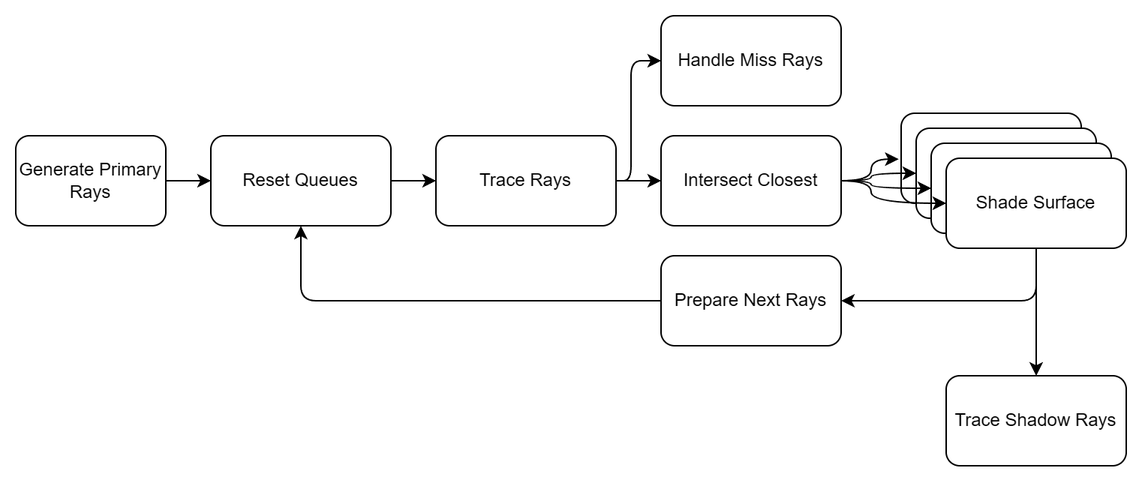
This is .github/diagram.drawio.png from Sopiro/cuwfrt, a draw.io export, as it was before one commit. Source tidied: cells renumbered, new cells last; positions are measured from the earlier drawing's top-left corner, leaving out a move shared by most shapes.
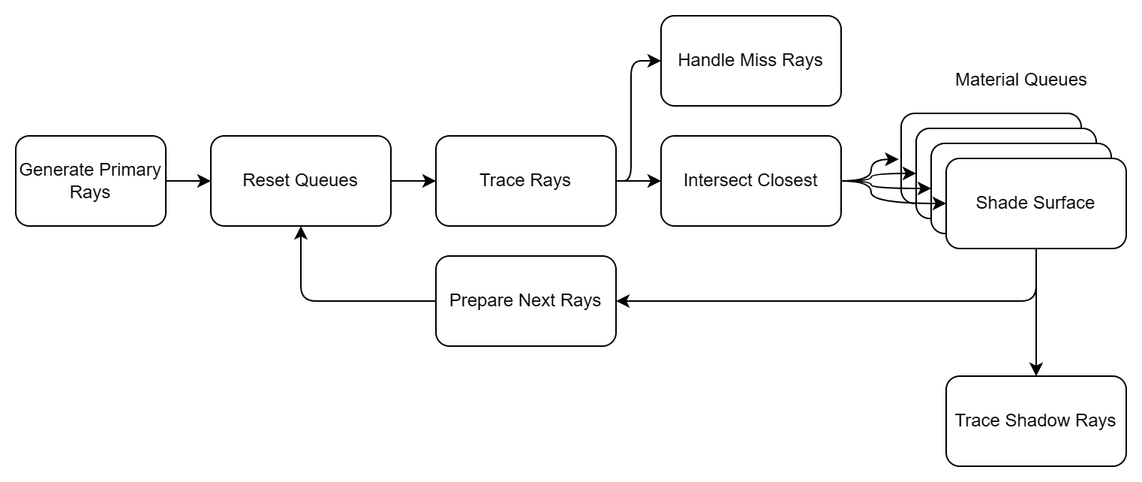
Later version of the same file.

Diff of the diagram source:
```diff
@@ -41,7 +41,7 @@
       <mxGeometry relative="1" as="geometry" />
     </mxCell>
     <mxCell id="13" value="Prepare Next Rays" style="rounded=1;whiteSpace=wrap;html=1;labelBackgroundColor=none;" parent="1" vertex="1">
-      <mxGeometry x="430" y="160" width="120" height="60" as="geometry" />
+      <mxGeometry x="280" y="160" width="120" height="60" as="geometry" />
     </mxCell>
     <mxCell id="14" style="edgeStyle=orthogonalEdgeStyle;rounded=1;jettySize=auto;html=1;entryX=0.5;entryY=0;entryDx=0;entryDy=0;curved=0;" parent="1" edge="1" source="19" target="11">
       <mxGeometry relative="1" as="geometry" />
@@ -92,5 +92,8 @@
     <mxCell id="23" style="edgeStyle=orthogonalEdgeStyle;rounded=0;jettySize=auto;html=1;entryX=-0.014;entryY=0.51;entryDx=0;entryDy=0;entryPerimeter=0;curved=1;" parent="1" edge="1" source="8" target="16">
       <mxGeometry relative="1" as="geometry" />
     </mxCell>
+    <mxCell id="24" value="Material Queues" style="text;html=1;align=center;verticalAlign=middle;strokeColor=none;fillColor=none;" parent="1" vertex="1">
+      <mxGeometry x="615" y="28" width="110" height="30" as="geometry" />
+    </mxCell>
   </root>
 </mxGraphModel>
```
